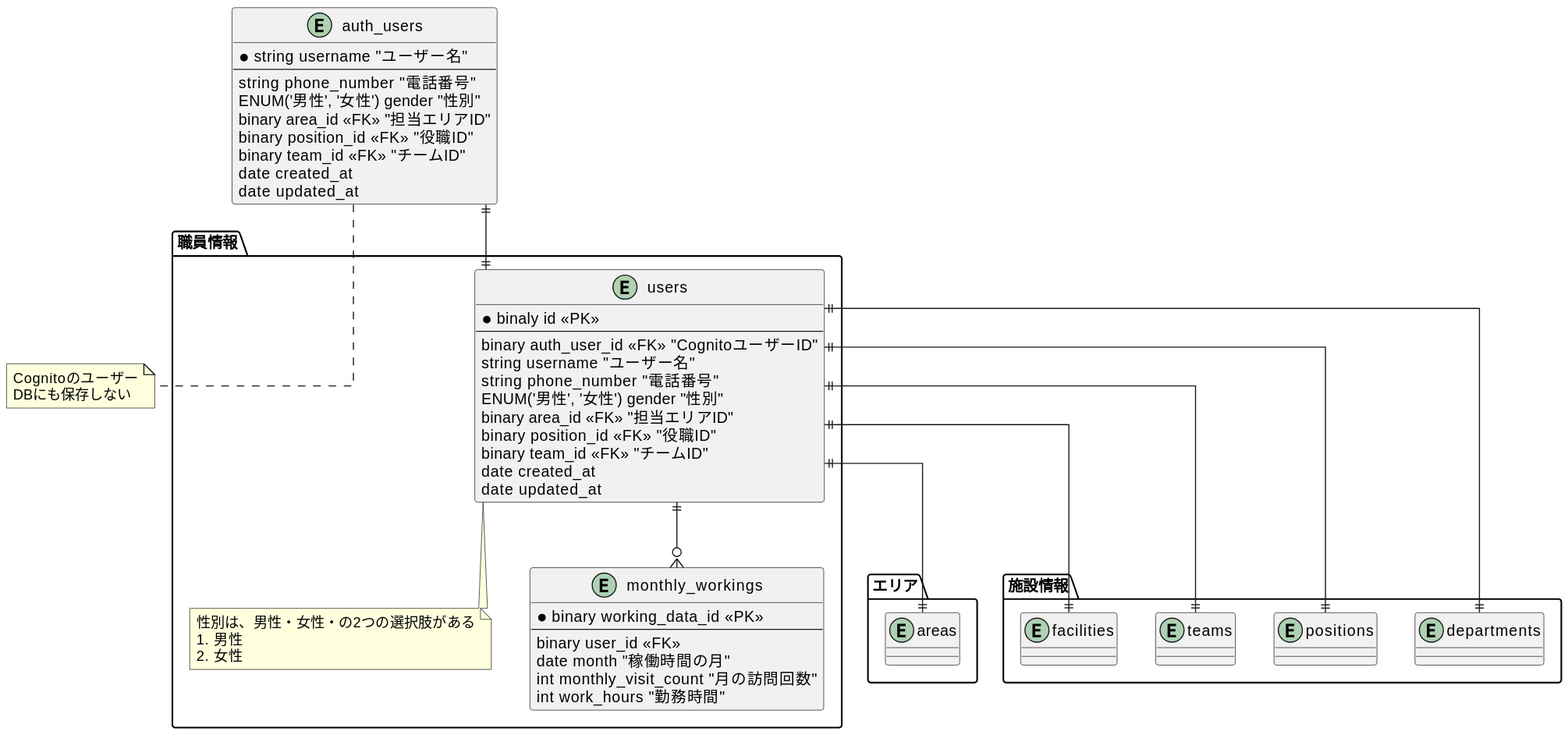
Fukuemon/buddy_design_docs keeps this PlantUML diagram as diagrams-svg/ER/tables/users.svg. Above is the earlier version.
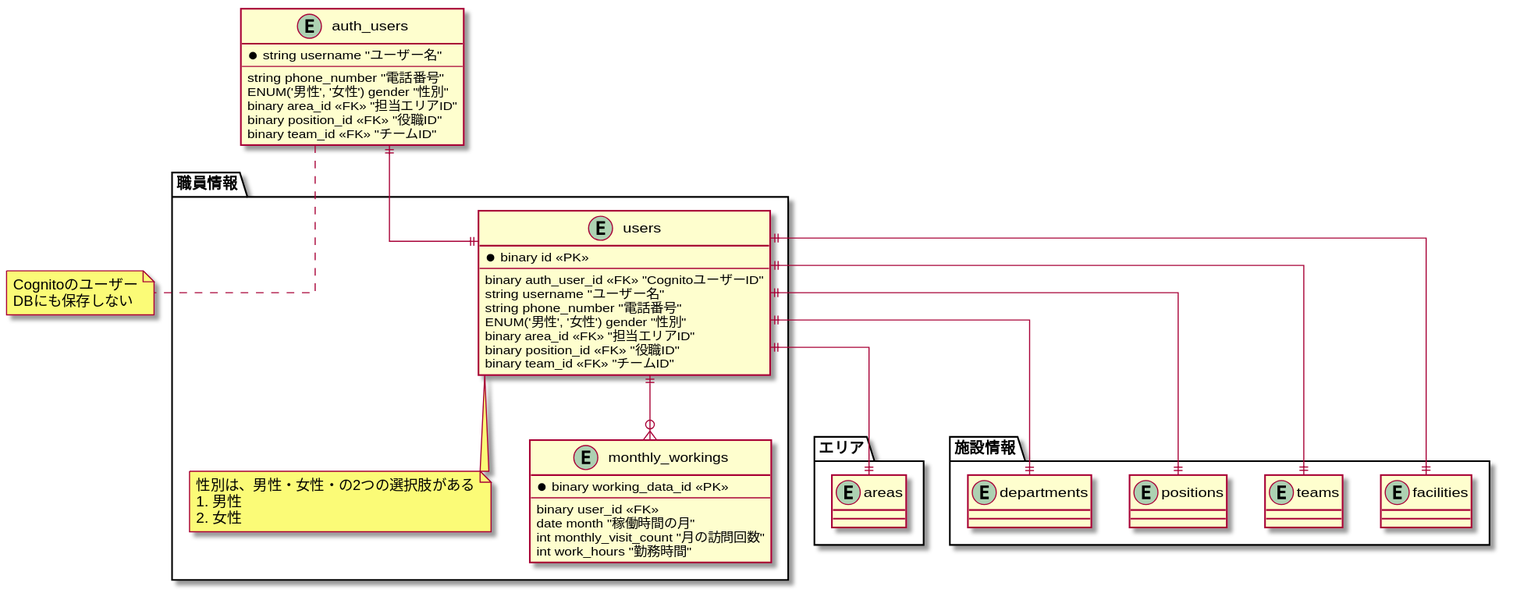
Later version of the same file.

Diff of the diagram source:
```diff
@@ -1,4 +1,4 @@
-@startuml
+@startuml entity-relationship-diagram
 skinparam linetype ortho
 
 entity auth_users {
@@ -9,8 +9,6 @@
   binary area_id <<FK>> "担当エリアID"
   binary position_id <<FK>> "役職ID"
   binary team_id <<FK>> "チームID"
-  date created_at
-  date updated_at
 }
 
 note bottom of auth_users
@@ -20,7 +18,7 @@
 
 package 職員情報 {
   entity users {
-    * binaly id <<PK>>
+    * binary id <<PK>>
     --
     binary auth_user_id <<FK>> "CognitoユーザーID"
     string username "ユーザー名"
@@ -29,8 +27,6 @@
     binary area_id <<FK>> "担当エリアID"
     binary position_id <<FK>> "役職ID"
     binary team_id <<FK>> "チームID"
-    date created_at
-    date updated_at
   }
 
   note bottom of users
@@ -67,4 +63,5 @@
 users ||--|| facilities
 users ||--|| teams
 users ||--|| areas
+
 @enduml
```
